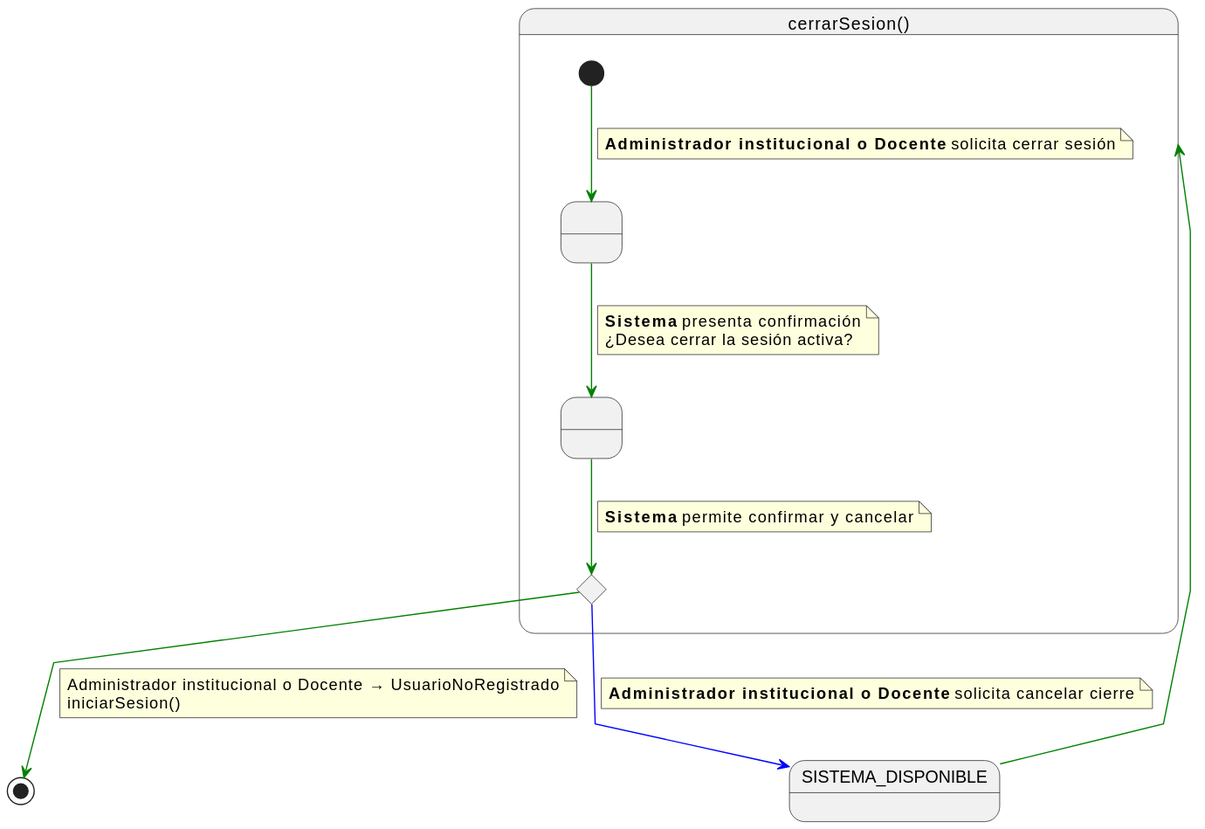
The PlantUML diagram documents/casos-de-uso/detalladoCasosDeUso/cerrarSesion/cerrarSesion.svg in martinlopez7/25-26-IdSw1-SdR, before a commit.
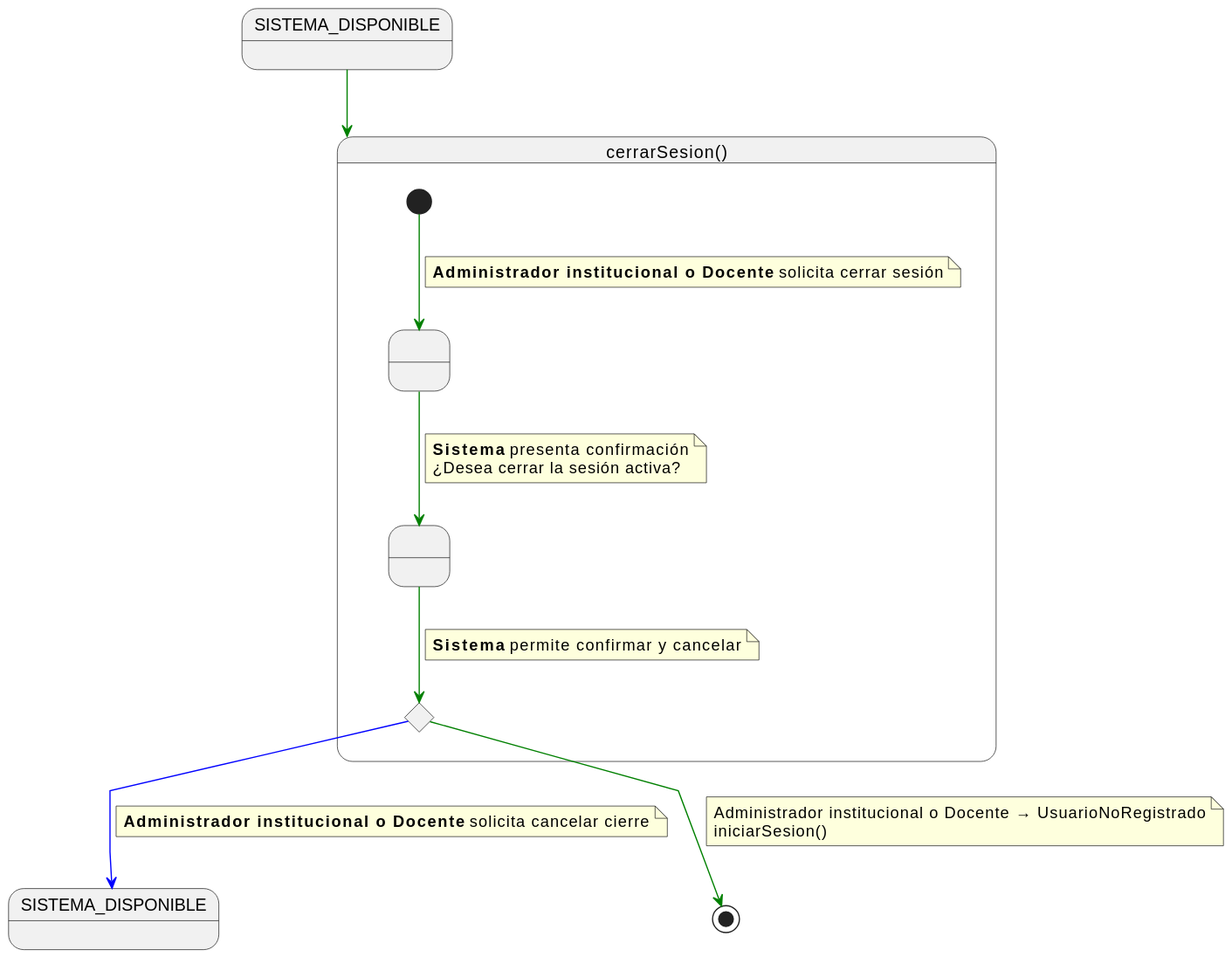
Above is the later version.

The edit, as a diff of the source:
```diff
@@ -1,5 +1,8 @@
 @startuml
 skinparam linetype polyline
+
+state SISTEMA_DISPONIBLE
+state SISTEMA_DISPONIBLE2 as "SISTEMA_DISPONIBLE"
 
 state cerrarSesion as "cerrarSesion()" {
 
@@ -28,7 +31,7 @@
 
     SISTEMA_DISPONIBLE -[#green]-> cerrarSesion
 
-    c -[#blue]-> SISTEMA_DISPONIBLE
+    c -[#blue]-> SISTEMA_DISPONIBLE2
     note on link
     <b>Administrador institucional o Docente</b> solicita cancelar cierre
     end note
```
